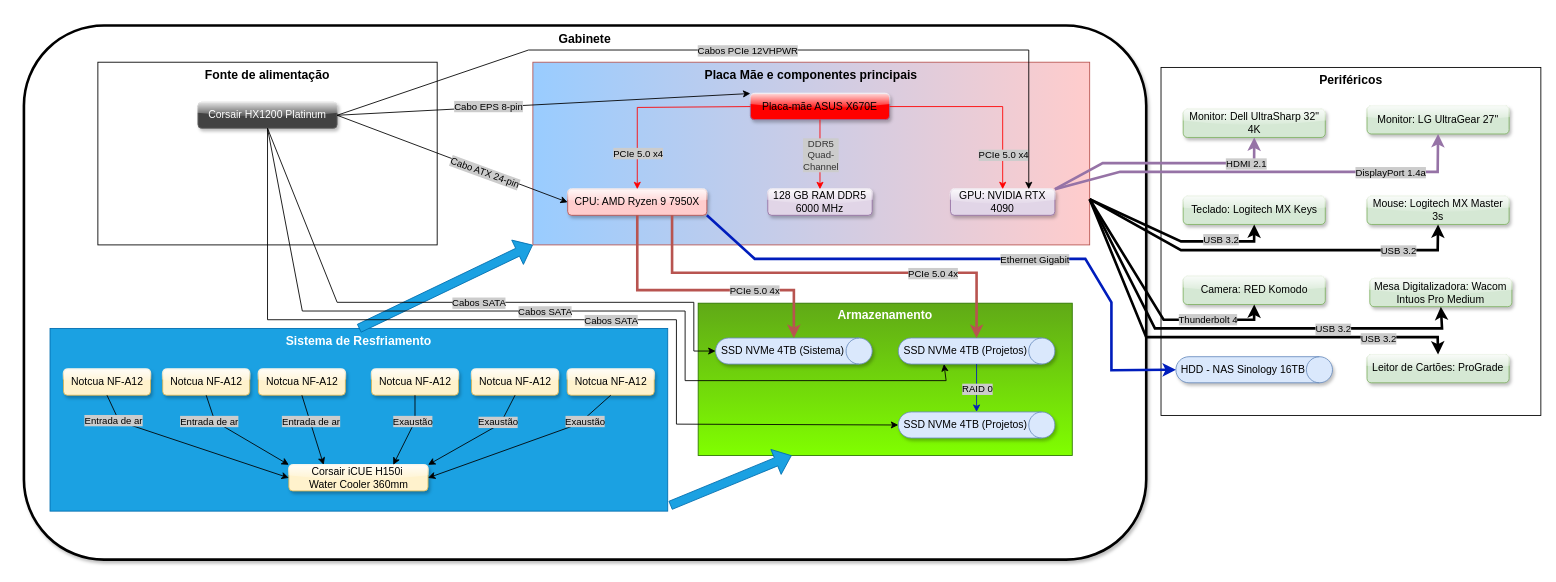
Earlier version of the draw.io diagram Diagrama sem nome.drawio (Leopoldofca/Unyleya_1Sem). Source tidied: cells renumbered, new cells numbered last; positions are measured from the earlier drawing's top-left corner, leaving out a move shared by most shapes. Both pictures are drawn from the tidied source at 87%, with x=0, y=0 at pixel (23, 25).
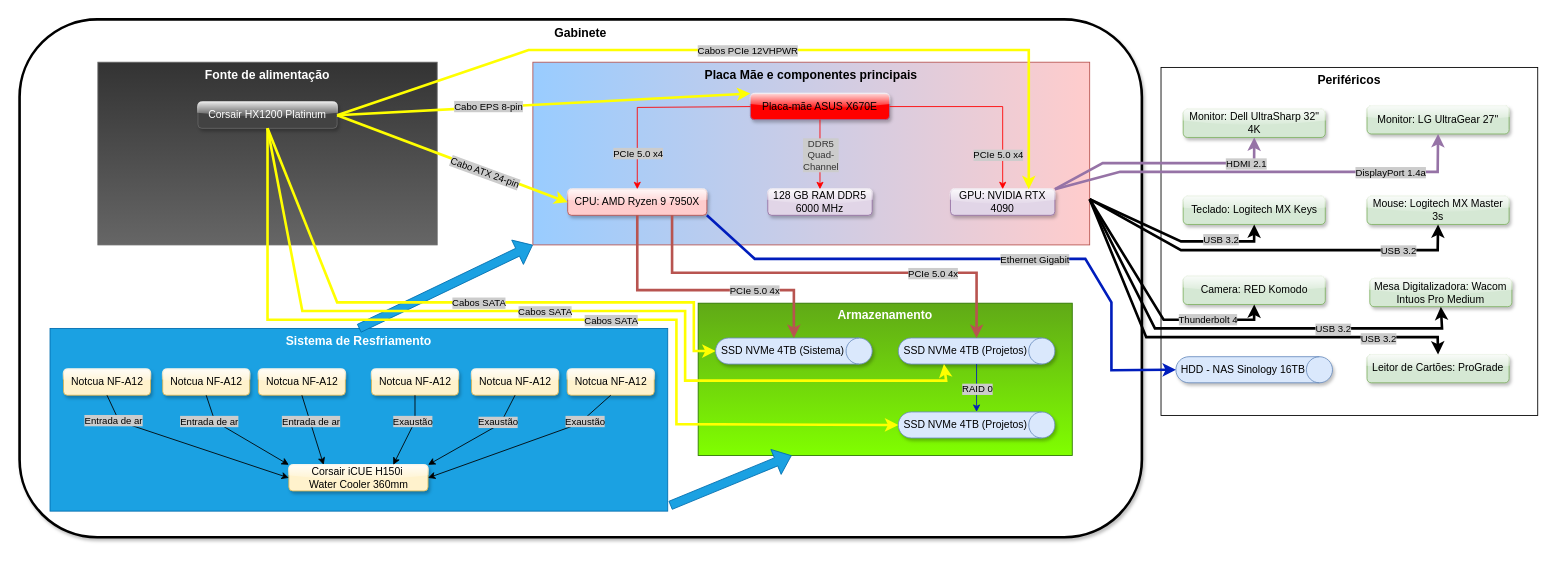
The same diagram, later.

The change refers to these unchanged cells:
```xml
<mxCell id="8" value="SSD NVMe 4TB (Sistema)" style="shape=cylinder3;whiteSpace=wrap;html=1;boundedLbl=1;backgroundOutline=1;size=15;direction=south;fillColor=#dae8fc;strokeColor=#6c8ebf;shadow=1;rounded=1;glass=1;align=center;verticalAlign=middle;fontFamily=Helvetica;fontSize=12;fontColor=default;gradientColor=none;" parent="1" vertex="1">
  <mxGeometry x="795" y="359" width="180" height="30" as="geometry" />
</mxCell>
<mxCell id="10" value="Placa-mãe ASUS X670E" style="rounded=1;whiteSpace=wrap;html=1;fillColor=#FF0000;strokeColor=#9673a6;glass=1;shadow=1;" parent="1" vertex="1">
  <mxGeometry x="835" y="78" width="160" height="30" as="geometry" />
</mxCell>
<mxCell id="11" value="GPU: NVIDIA RTX 4090" style="rounded=1;whiteSpace=wrap;html=1;fillColor=#e1d5e7;strokeColor=#9673a6;glass=1;shadow=1;" parent="1" vertex="1">
  <mxGeometry x="1065" y="188" width="120" height="30" as="geometry" />
</mxCell>
<mxCell id="13" value="CPU: AMD Ryzen 9 7950X" style="rounded=1;whiteSpace=wrap;html=1;fillColor=#FFCCCC;strokeColor=#b85450;glass=1;shadow=1;" parent="1" vertex="1">
  <mxGeometry x="625" y="188" width="160" height="30" as="geometry" />
</mxCell>
<mxCell id="34" value="SSD NVMe 4TB (Projetos)" style="shape=cylinder3;whiteSpace=wrap;html=1;boundedLbl=1;backgroundOutline=1;size=15;direction=south;fillColor=#dae8fc;strokeColor=#6c8ebf;shadow=1;rounded=1;glass=1;align=center;verticalAlign=middle;fontFamily=Helvetica;fontSize=12;fontColor=default;gradientColor=none;" parent="1" vertex="1">
  <mxGeometry x="1005" y="359" width="180" height="30" as="geometry" />
</mxCell>
<mxCell id="35" value="SSD NVMe 4TB (Projetos)" style="shape=cylinder3;whiteSpace=wrap;html=1;boundedLbl=1;backgroundOutline=1;size=15;direction=south;fillColor=#dae8fc;strokeColor=#6c8ebf;shadow=1;rounded=1;glass=1;align=center;verticalAlign=middle;fontFamily=Helvetica;fontSize=12;fontColor=default;gradientColor=none;" parent="1" vertex="1">
  <mxGeometry x="1005" y="444" width="180" height="30" as="geometry" />
</mxCell>
<mxCell id="40" style="endArrow=classic;html=1;rounded=0;exitX=1;exitY=0.5;exitDx=0;exitDy=0;strokeColor=#FF0000;entryX=0.5;entryY=0;entryDx=0;entryDy=0;" parent="1" edge="1" source="10" target="11">
  <mxGeometry relative="1" as="geometry">
    <Array as="points">
      <mxPoint x="1125" y="93" />
    </Array>
  </mxGeometry>
</mxCell>
<mxCell id="46" value="Corsair HX1200 Platinum" style="rounded=1;whiteSpace=wrap;html=1;fillColor=#424242;strokeColor=#666666;glass=1;shadow=1;fontColor=#FFFFFF;" parent="1" vertex="1">
  <mxGeometry x="200" y="88" width="160" height="30" as="geometry" />
</mxCell>
```

The edit, as a diff of the source:
```diff
@@
     <mxCell id="2" value="Gabinete" style="rounded=1;whiteSpace=wrap;html=1;fontSize=14;fontStyle=1;verticalAlign=top;labelBackgroundColor=default;glass=0;shadow=1;strokeWidth=3;" parent="1" vertex="1">
-      <mxGeometry y="-0.2" width="1290" height="614" as="geometry" />
+      <mxGeometry x="-5" y="-7.2" width="1290" height="595.2" as="geometry" />
     </mxCell>
-    <mxCell id="3" value="Fonte de alimentação" style="rounded=0;whiteSpace=wrap;html=1;fontSize=14;verticalAlign=top;fontStyle=1;" parent="1" vertex="1">
+    <mxCell id="3" value="Fonte de alimentação" style="rounded=0;whiteSpace=wrap;html=1;fontSize=14;verticalAlign=top;fontStyle=1;fillColor=#666666;gradientColor=#333333;strokeColor=#666666;gradientDirection=north;fontColor=#FFFFFF;" parent="1" vertex="1">
       <mxGeometry x="85" y="42" width="390" height="210" as="geometry" />
     </mxCell>
@@
     <mxCell id="7" value="Periféricos" style="rounded=0;whiteSpace=wrap;html=1;labelPosition=center;verticalLabelPosition=middle;align=center;verticalAlign=top;fontStyle=1;fontSize=14;" parent="1" vertex="1">
-      <mxGeometry x="1307" y="48" width="436.6" height="400" as="geometry" />
+      <mxGeometry x="1307" y="48" width="433" height="400" as="geometry" />
     </mxCell>
@@
     <mxCell id="41" value="PCIe 5.0 x4" style="edgeLabel;html=1;align=center;verticalAlign=middle;labelBackgroundColor=#CCCCCC;" parent="40" vertex="1">
       <mxGeometry relative="1" as="geometry">
-        <mxPoint x="17" y="55" as="offset" />
+        <mxPoint x="11" y="55" as="offset" />
       </mxGeometry>
     </mxCell>
@@
-    <mxCell id="74" style="endArrow=classic;html=1;rounded=0;exitX=1;exitY=0.5;exitDx=0;exitDy=0;entryX=0;entryY=0.5;entryDx=0;entryDy=0;" parent="1" edge="1" source="46" target="13">
+    <mxCell id="74" style="endArrow=classic;html=1;rounded=0;exitX=1;exitY=0.5;exitDx=0;exitDy=0;entryX=0;entryY=0.5;entryDx=0;entryDy=0;strokeWidth=3;strokeColor=#FFFF00;" parent="1" edge="1" source="46" target="13">
       <mxGeometry relative="1" as="geometry" />
     </mxCell>
@@
-    <mxCell id="76" style="endArrow=classic;html=1;rounded=0;exitX=1;exitY=0.5;exitDx=0;exitDy=0;entryX=0.75;entryY=0;entryDx=0;entryDy=0;" parent="1" edge="1" source="46" target="11">
+    <mxCell id="76" style="endArrow=classic;html=1;rounded=0;exitX=1;exitY=0.5;exitDx=0;exitDy=0;entryX=0.75;entryY=0;entryDx=0;entryDy=0;strokeWidth=3;strokeColor=#FFFF00;" parent="1" edge="1" source="46" target="11">
       <mxGeometry relative="1" as="geometry">
         <Array as="points">
           <mxPoint x="580" y="28" />
           <mxPoint x="1155" y="28" />
         </Array>
       </mxGeometry>
     </mxCell>
@@
-    <mxCell id="78" style="endArrow=classic;html=1;rounded=0;exitX=1;exitY=0.5;exitDx=0;exitDy=0;entryX=0;entryY=0;entryDx=0;entryDy=0;" parent="1" edge="1" source="46" target="10">
+    <mxCell id="78" style="endArrow=classic;html=1;rounded=0;exitX=1;exitY=0.5;exitDx=0;exitDy=0;entryX=0;entryY=0;entryDx=0;entryDy=0;strokeWidth=3;strokeColor=#FFFF00;" parent="1" edge="1" source="46" target="10">
       <mxGeometry relative="1" as="geometry" />
     </mxCell>
@@
-    <mxCell id="80" style="endArrow=classic;html=1;rounded=0;exitX=0.5;exitY=1;exitDx=0;exitDy=0;entryX=1;entryY=0;entryDx=0;entryDy=127.5;entryPerimeter=0;" parent="1" edge="1" source="46" target="34">
+    <mxCell id="80" style="endArrow=classic;html=1;rounded=0;exitX=0.5;exitY=1;exitDx=0;exitDy=0;entryX=1;entryY=0;entryDx=0;entryDy=127.5;entryPerimeter=0;strokeWidth=3;strokeColor=#FFFF00;" parent="1" edge="1" source="46" target="34">
       <mxGeometry relative="1" as="geometry">
         <Array as="points">
           <mxPoint x="320" y="328" />
           <mxPoint x="760" y="328" />
           <mxPoint x="760" y="408" />
           <mxPoint x="1060" y="408" />
         </Array>
       </mxGeometry>
     </mxCell>
-    <mxCell id="81" style="endArrow=classic;html=1;rounded=0;entryX=0.5;entryY=1;entryDx=0;entryDy=0;entryPerimeter=0;" parent="1" edge="1" target="8">
+    <mxCell id="81" style="endArrow=classic;html=1;rounded=0;entryX=0.5;entryY=1;entryDx=0;entryDy=0;entryPerimeter=0;strokeWidth=3;strokeColor=#FFFF00;" parent="1" edge="1" target="8">
       <mxGeometry relative="1" as="geometry">
         <mxPoint x="280" y="118" as="sourcePoint" />
         <Array as="points">
           <mxPoint x="360" y="318" />
           <mxPoint x="770" y="318" />
           <mxPoint x="770" y="374" />
         </Array>
       </mxGeometry>
     </mxCell>
@@
-    <mxCell id="83" style="endArrow=classic;html=1;rounded=0;exitX=0.5;exitY=1;exitDx=0;exitDy=0;entryX=0.5;entryY=1;entryDx=0;entryDy=0;entryPerimeter=0;" parent="1" edge="1" source="46" target="35">
+    <mxCell id="83" style="endArrow=classic;html=1;rounded=0;exitX=0.5;exitY=1;exitDx=0;exitDy=0;entryX=0.5;entryY=1;entryDx=0;entryDy=0;entryPerimeter=0;strokeWidth=3;strokeColor=#FFFF00;" parent="1" edge="1" source="46" target="35">
       <mxGeometry relative="1" as="geometry">
         <Array as="points">
           <mxPoint x="280" y="338" />
           <mxPoint x="750" y="338" />
           <mxPoint x="750" y="458" />
         </Array>
       </mxGeometry>
     </mxCell>
```
